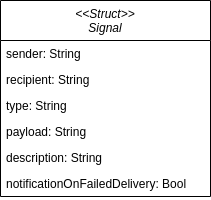
The draw.io diagram src/graphics/diagramms/Class_Signal.png in jsvilling/IP6_Bachelorarbeit_Bericht_Cloudbasiertes_Praxisrufsystem, before a commit. Source tidied: cells renumbered, new cells last; positions are measured from the earlier drawing's top-left corner, leaving out a move shared by most shapes.
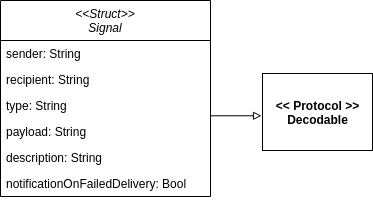
Above is the later version.

Commit message:
Fix Signal an captions

The edit, as a diff of the source:
```diff
@@ -23,5 +23,17 @@
     <mxCell id="8" value="notificationOnFailedDelivery: Bool" style="text;align=left;verticalAlign=top;spacingLeft=4;spacingRight=4;overflow=hidden;rounded=0;shadow=0;html=0;" parent="2" vertex="1">
       <mxGeometry y="170" width="210" height="26" as="geometry" />
     </mxCell>
+    <mxCell id="9" value="&lt;b&gt;&amp;lt;&amp;lt; Protocol &amp;gt;&amp;gt;&lt;br&gt;Decodable&lt;/b&gt;" style="html=1;" parent="1" vertex="1">
+      <mxGeometry x="262" y="73" width="110" height="77" as="geometry" />
+    </mxCell>
+    <mxCell id="10" style="edgeStyle=orthogonalEdgeStyle;rounded=0;orthogonalLoop=1;jettySize=auto;html=1;exitX=1;exitY=0.5;exitDx=0;exitDy=0;entryX=-0.009;entryY=0.64;entryDx=0;entryDy=0;entryPerimeter=0;endArrow=block;endFill=0;" parent="1" edge="1">
+      <mxGeometry relative="1" as="geometry">
+        <mxPoint x="210" y="98" as="sourcePoint" />
+        <mxPoint x="261" y="115.3" as="targetPoint" />
+        <Array as="points">
+          <mxPoint x="210" y="115" />
+        </Array>
+      </mxGeometry>
+    </mxCell>
   </root>
 </mxGraphModel>
```
